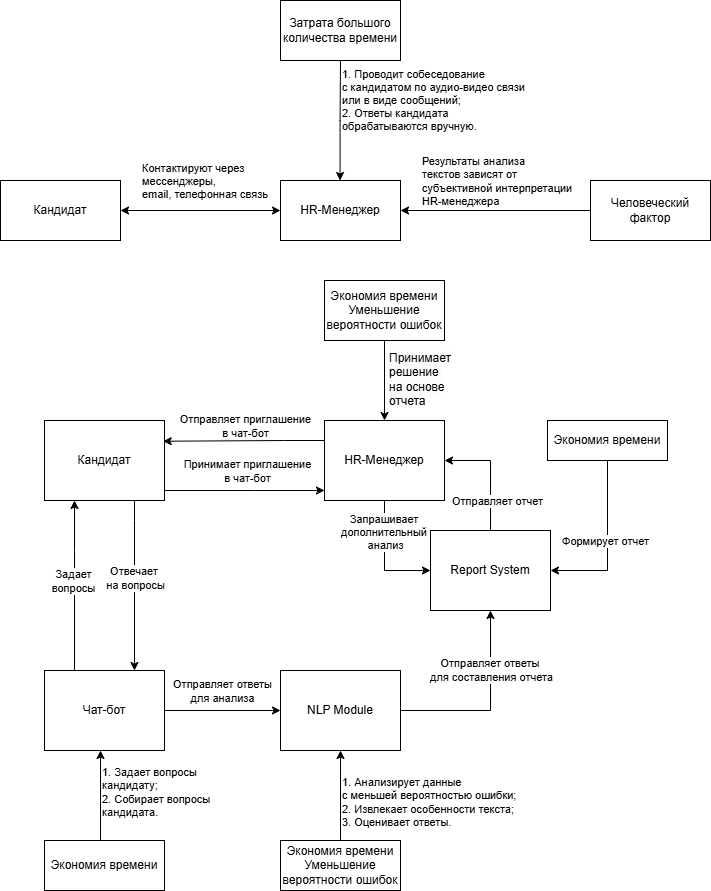
Above: Диаграмма КАК-ЕСТЬ КАК-ДОЛЖНО-БЫТЬ.drawio.png in Evgeny-Yakovlev73/Diagramms (draw.io), before the change. Source tidied: cells renumbered, new cells last; positions are measured from the earlier drawing's top-left corner, leaving out a move shared by most shapes.
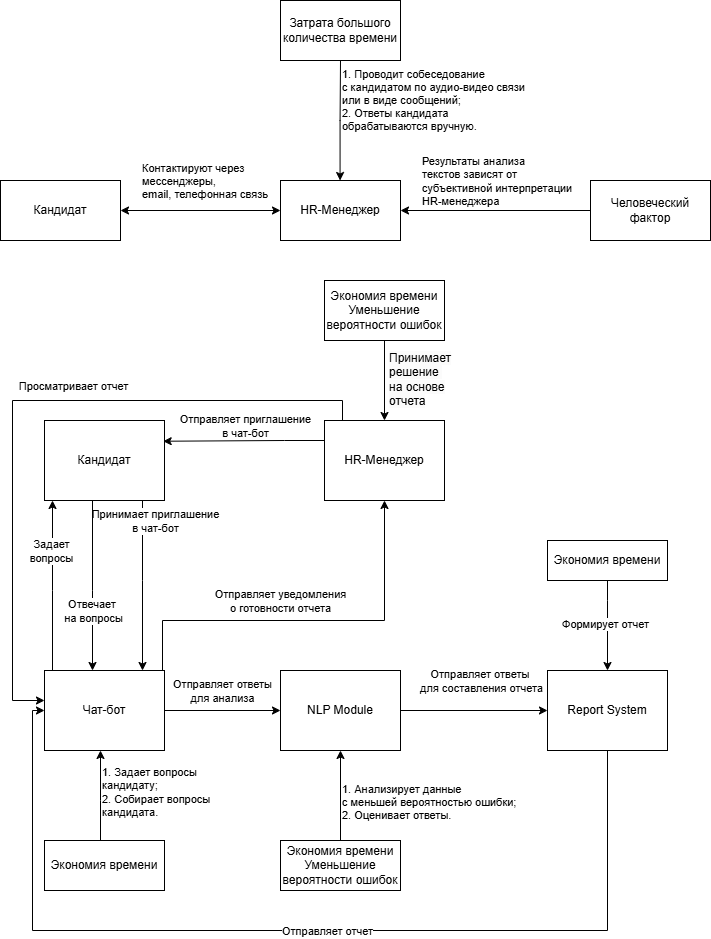
Later version of the same file.

The edit, as a diff of the source:
```diff
@@ -57,58 +57,50 @@
         <mxPoint y="-18" as="offset" />
       </mxGeometry>
     </mxCell>
-    <mxCell id="14" style="edgeStyle=orthogonalEdgeStyle;rounded=0;jettySize=auto;html=1;entryX=0;entryY=0.5;entryDx=0;entryDy=0;" parent="1" edge="1" source="16" target="41">
-      <mxGeometry relative="1" as="geometry" />
-    </mxCell>
-    <mxCell id="15" value="Запрашивает&amp;nbsp;&lt;div&gt;дополнительный&amp;nbsp;&lt;div&gt;анализ&lt;/div&gt;&lt;/div&gt;" style="edgeLabel;html=1;align=center;verticalAlign=middle;" parent="14" vertex="1">
-      <mxGeometry x="-0.34" y="-2" relative="1" as="geometry">
-        <mxPoint x="2" y="-7" as="offset" />
-      </mxGeometry>
-    </mxCell>
     <mxCell id="16" value="HR-Менеджер" style="rounded=0;whiteSpace=wrap;html=1;" parent="1" vertex="1">
       <mxGeometry x="324" y="420" width="120" height="80" as="geometry" />
     </mxCell>
-    <mxCell id="17" style="edgeStyle=orthogonalEdgeStyle;rounded=0;orthogonalLoop=1;jettySize=auto;html=1;exitX=1;exitY=0.75;exitDx=0;exitDy=0;entryX=0;entryY=0.75;entryDx=0;entryDy=0;" parent="1" edge="1">
+    <mxCell id="17" style="edgeStyle=orthogonalEdgeStyle;rounded=0;jettySize=auto;html=1;" parent="1" edge="1" source="21" target="26">
       <mxGeometry relative="1" as="geometry">
-        <mxPoint x="164" y="490" as="sourcePoint" />
-        <mxPoint x="324" y="490" as="targetPoint" />
         <Array as="points">
-          <mxPoint x="254" y="490" />
-          <mxPoint x="254" y="490" />
+          <mxPoint x="142" y="580" />
+          <mxPoint x="142" y="580" />
         </Array>
       </mxGeometry>
     </mxCell>
     <mxCell id="18" value="Принимает приглашение&lt;div&gt;в чат-бот&lt;/div&gt;" style="edgeLabel;html=1;align=center;verticalAlign=middle;" parent="17" vertex="1">
       <mxGeometry x="0.02" y="1" relative="1" as="geometry">
-        <mxPoint y="-19" as="offset" />
+        <mxPoint x="11" y="-67" as="offset" />
       </mxGeometry>
     </mxCell>
-    <mxCell id="19" style="edgeStyle=orthogonalEdgeStyle;rounded=0;jettySize=auto;html=1;entryX=0.75;entryY=0;entryDx=0;entryDy=0;" parent="1" edge="1" source="21" target="26">
+    <mxCell id="19" style="edgeStyle=orthogonalEdgeStyle;rounded=0;jettySize=auto;html=1;" parent="1" edge="1" source="21" target="26">
       <mxGeometry relative="1" as="geometry">
         <Array as="points">
-          <mxPoint x="134" y="520" />
-          <mxPoint x="134" y="520" />
+          <mxPoint x="92" y="590" />
+          <mxPoint x="92" y="590" />
         </Array>
       </mxGeometry>
     </mxCell>
     <mxCell id="20" value="Отвечает&amp;nbsp;&lt;div&gt;на вопросы&lt;/div&gt;" style="edgeLabel;html=1;align=center;verticalAlign=middle;" parent="19" vertex="1">
       <mxGeometry x="-0.1" y="2" relative="1" as="geometry">
-        <mxPoint x="-2" as="offset" />
+        <mxPoint x="-2" y="33" as="offset" />
       </mxGeometry>
     </mxCell>
     <mxCell id="21" value="Кандидат" style="rounded=0;whiteSpace=wrap;html=1;" parent="1" vertex="1">
       <mxGeometry x="44" y="420" width="120" height="80" as="geometry" />
     </mxCell>
-    <mxCell id="22" style="edgeStyle=orthogonalEdgeStyle;rounded=0;jettySize=auto;html=1;entryX=0.25;entryY=1;entryDx=0;entryDy=0;" parent="1" edge="1" source="26" target="21">
+    <mxCell id="22" style="edgeStyle=orthogonalEdgeStyle;rounded=0;jettySize=auto;html=1;" parent="1" edge="1" source="26" target="21">
       <mxGeometry relative="1" as="geometry">
         <Array as="points">
-          <mxPoint x="74" y="550" />
-          <mxPoint x="74" y="550" />
+          <mxPoint x="52" y="590" />
+          <mxPoint x="52" y="590" />
         </Array>
       </mxGeometry>
     </mxCell>
     <mxCell id="23" value="Задает&lt;div&gt;вопросы&lt;/div&gt;" style="edgeLabel;html=1;align=center;verticalAlign=middle;" parent="22" vertex="1">
-      <mxGeometry x="0.06" y="2" relative="1" as="geometry" />
+      <mxGeometry x="0.06" y="2" relative="1" as="geometry">
+        <mxPoint y="-30" as="offset" />
+      </mxGeometry>
     </mxCell>
     <mxCell id="24" style="edgeStyle=orthogonalEdgeStyle;rounded=0;jettySize=auto;html=1;entryX=0;entryY=0.5;entryDx=0;entryDy=0;" parent="1" edge="1" source="26" target="31">
       <mxGeometry relative="1" as="geometry" />
@@ -121,16 +113,18 @@
     <mxCell id="26" value="Чат-бот" style="rounded=0;whiteSpace=wrap;html=1;" parent="1" vertex="1">
       <mxGeometry x="44" y="670" width="120" height="80" as="geometry" />
     </mxCell>
-    <mxCell id="27" style="edgeStyle=orthogonalEdgeStyle;rounded=0;jettySize=auto;html=1;entryX=1;entryY=0.5;entryDx=0;entryDy=0;" parent="1" edge="1" source="41" target="16">
+    <mxCell id="27" style="edgeStyle=orthogonalEdgeStyle;rounded=0;jettySize=auto;html=1;" parent="1" edge="1" source="41" target="26">
       <mxGeometry relative="1" as="geometry">
         <Array as="points">
-          <mxPoint x="490" y="460" />
+          <mxPoint x="607" y="930" />
+          <mxPoint x="32" y="930" />
+          <mxPoint x="32" y="710" />
         </Array>
       </mxGeometry>
     </mxCell>
     <mxCell id="28" value="Отправляет отчет" style="edgeLabel;html=1;align=left;verticalAlign=middle;" parent="27" vertex="1">
       <mxGeometry x="0.1" y="-2" relative="1" as="geometry">
-        <mxPoint x="-42" y="34" as="offset" />
+        <mxPoint x="35" y="2" as="offset" />
       </mxGeometry>
     </mxCell>
     <mxCell id="29" style="edgeStyle=orthogonalEdgeStyle;rounded=0;jettySize=auto;html=1;" parent="1" edge="1" source="31" target="41">
@@ -172,7 +166,7 @@
     <mxCell id="38" style="edgeStyle=orthogonalEdgeStyle;rounded=0;jettySize=auto;html=1;entryX=0.5;entryY=1;entryDx=0;entryDy=0;" parent="1" edge="1" source="40" target="31">
       <mxGeometry relative="1" as="geometry" />
     </mxCell>
-    <mxCell id="39" value="1. Анализирует данные&amp;nbsp;&lt;div&gt;с меньшей вероятностью ошибки;&lt;/div&gt;&lt;div&gt;2. Извлекает особенности текста;&lt;/div&gt;&lt;div&gt;3. Оценивает ответы.&lt;/div&gt;" style="edgeLabel;html=1;align=left;verticalAlign=middle;" parent="38" vertex="1">
+    <mxCell id="39" value="1. Анализирует данные&amp;nbsp;&lt;div&gt;с меньшей вероятностью ошибки;&lt;/div&gt;&lt;div&gt;2. Оценивает ответы.&lt;/div&gt;" style="edgeLabel;html=1;align=left;verticalAlign=middle;" parent="38" vertex="1">
       <mxGeometry x="0.16" relative="1" as="geometry">
         <mxPoint y="13" as="offset" />
       </mxGeometry>
@@ -181,16 +175,48 @@
       <mxGeometry x="280" y="840" width="120" height="50" as="geometry" />
     </mxCell>
     <mxCell id="41" value="Report System" style="rounded=0;whiteSpace=wrap;html=1;" parent="1" vertex="1">
-      <mxGeometry x="430" y="530" width="120" height="80" as="geometry" />
+      <mxGeometry x="547" y="670" width="120" height="80" as="geometry" />
     </mxCell>
-    <mxCell id="42" style="edgeStyle=orthogonalEdgeStyle;rounded=0;jettySize=auto;html=1;entryX=1;entryY=0.5;entryDx=0;entryDy=0;" parent="1" edge="1" source="44" target="41">
-      <mxGeometry relative="1" as="geometry" />
+    <mxCell id="42" style="edgeStyle=orthogonalEdgeStyle;rounded=0;jettySize=auto;html=1;" parent="1" edge="1" source="44" target="41">
+      <mxGeometry relative="1" as="geometry">
+        <Array as="points">
+          <mxPoint x="607" y="600" />
+          <mxPoint x="607" y="600" />
+        </Array>
+      </mxGeometry>
     </mxCell>
     <mxCell id="43" value="Формирует отчет" style="edgeLabel;html=1;align=center;verticalAlign=middle;" parent="42" vertex="1">
       <mxGeometry x="-0.04" y="-3" relative="1" as="geometry" />
     </mxCell>
     <mxCell id="44" value="Экономия времени" style="rounded=0;whiteSpace=wrap;html=1;" parent="1" vertex="1">
-      <mxGeometry x="547" y="420" width="120" height="40" as="geometry" />
+      <mxGeometry x="547" y="540" width="120" height="40" as="geometry" />
     </mxCell>
+    <mxCell id="45" style="edgeStyle=orthogonalEdgeStyle;rounded=0;jettySize=auto;html=1;" parent="1" edge="1" source="26" target="16">
+      <mxGeometry relative="1" as="geometry">
+        <Array as="points">
+          <mxPoint x="162" y="620" />
+          <mxPoint x="384" y="620" />
+        </Array>
+      </mxGeometry>
+    </mxCell>
+    <mxCell id="46" value="Отправляет уведомления&lt;div&gt;о готовности отчета&lt;/div&gt;" style="edgeLabel;html=1;align=center;verticalAlign=middle;" parent="45" vertex="1">
+      <mxGeometry x="-0.2" y="1" relative="1" as="geometry">
+        <mxPoint x="10" y="-19" as="offset" />
+      </mxGeometry>
+    </mxCell>
+    <mxCell id="47" style="edgeStyle=orthogonalEdgeStyle;rounded=0;jettySize=auto;html=1;" parent="1" edge="1" source="16" target="26">
+      <mxGeometry relative="1" as="geometry">
+        <Array as="points">
+          <mxPoint x="342" y="400" />
+          <mxPoint x="12" y="400" />
+          <mxPoint x="12" y="700" />
+        </Array>
+      </mxGeometry>
+    </mxCell>
+    <mxCell id="48" value="Просматривает отчет" style="edgeLabel;html=1;align=center;verticalAlign=middle;" parent="47" vertex="1">
+      <mxGeometry x="-0.01" y="3" relative="1" as="geometry">
+        <mxPoint x="47" y="-18" as="offset" />
+      </mxGeometry>
+    </mxCell>
   </root>
 </mxGraphModel>
```
